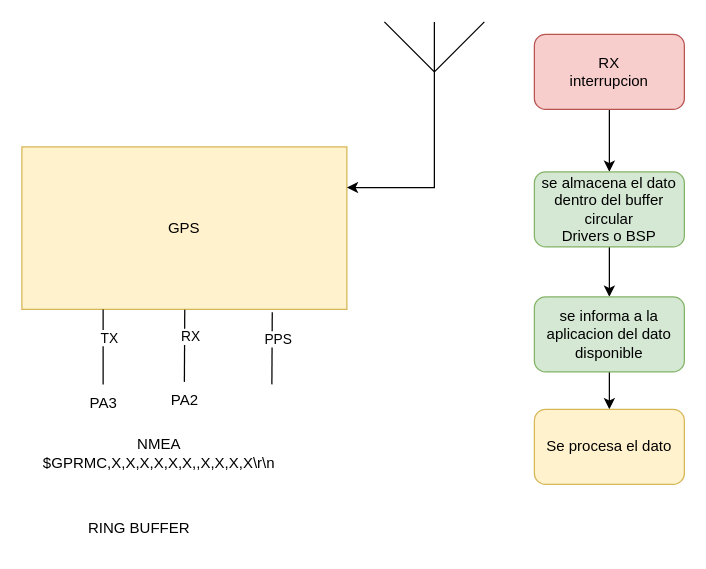
dowhile98/BareMetalEmbedded keeps this draw.io diagram as page "GPS" (2 of 2) of doc/Notas.drawio. Above is the earlier version. Source tidied: cells renumbered, new cells numbered last; positions are measured from the earlier drawing's top-left corner, leaving out a move shared by most shapes. Both pictures are drawn from the tidied source at 125%, with x=0, y=0 at pixel (21, 21).
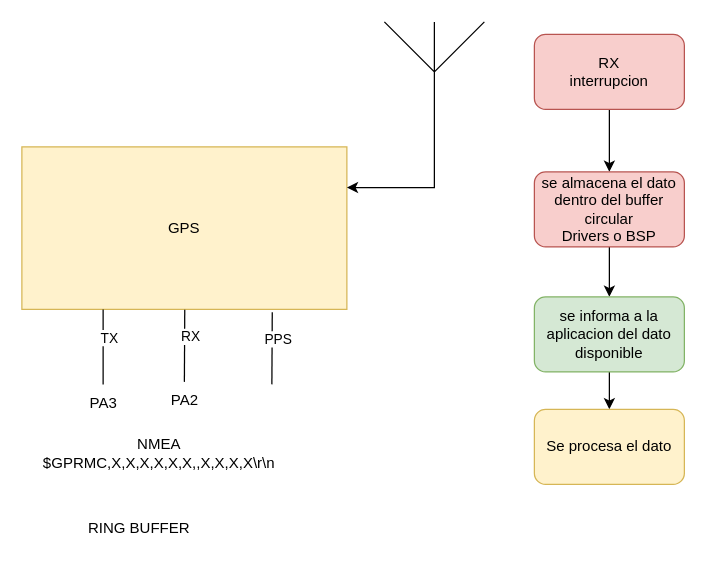
The same diagram, later.

Diff of the diagram source:
```diff
@@
-    <mxCell id="18" value="se almacena el dato&lt;div&gt;dentro del buffer circular&lt;/div&gt;&lt;div&gt;Drivers o BSP&lt;/div&gt;" style="rounded=1;whiteSpace=wrap;html=1;fillColor=#d5e8d4;strokeColor=#82b366;" parent="1" vertex="1">
+    <mxCell id="18" value="se almacena el dato&lt;div&gt;dentro del buffer circular&lt;/div&gt;&lt;div&gt;Drivers o BSP&lt;/div&gt;" style="rounded=1;whiteSpace=wrap;html=1;fillColor=#f8cecc;strokeColor=#b85450;" parent="1" vertex="1">
       <mxGeometry x="410" y="120" width="120" height="60" as="geometry" />
     </mxCell>
```
